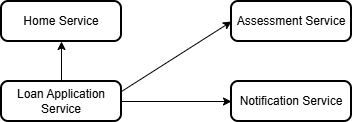
Earlier version of the draw.io export 02-architecture/02-logical-components.png (huynm20051990/loan-origination-system). Source tidied: cells renumbered, new cells last; positions are measured from the earlier drawing's top-left corner, leaving out a move shared by most shapes.
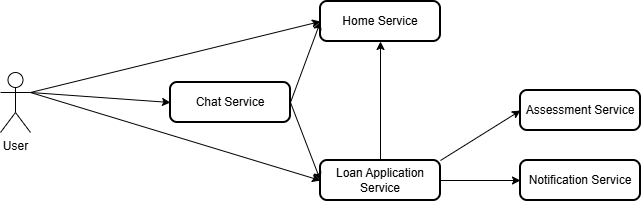
Later version of the same file.

Commit message:
Update logical components

What changed in the source:
```diff
@@ -3,21 +3,19 @@
     <mxCell id="0" />
     <mxCell id="1" parent="0" />
     <mxCell id="2" value="Home Service" style="rounded=1;whiteSpace=wrap;html=1;absoluteArcSize=1;arcSize=14;strokeWidth=2;" parent="1" vertex="1">
-      <mxGeometry width="120" height="40" as="geometry" />
+      <mxGeometry y="-51" width="120" height="40" as="geometry" />
     </mxCell>
     <mxCell id="3" value="Loan Application Service" style="rounded=1;whiteSpace=wrap;html=1;absoluteArcSize=1;arcSize=14;strokeWidth=2;" parent="1" vertex="1">
-      <mxGeometry y="80" width="120" height="40" as="geometry" />
+      <mxGeometry y="108" width="120" height="40" as="geometry" />
     </mxCell>
     <mxCell id="4" value="Assessment Service" style="rounded=1;whiteSpace=wrap;html=1;absoluteArcSize=1;arcSize=14;strokeWidth=2;" parent="1" vertex="1">
-      <mxGeometry x="230" width="120" height="40" as="geometry" />
+      <mxGeometry x="200" y="38" width="120" height="40" as="geometry" />
     </mxCell>
     <mxCell id="5" value="Notification Service" style="rounded=1;whiteSpace=wrap;html=1;absoluteArcSize=1;arcSize=14;strokeWidth=2;" parent="1" vertex="1">
-      <mxGeometry x="230" y="80" width="120" height="40" as="geometry" />
+      <mxGeometry x="200" y="108" width="120" height="40" as="geometry" />
     </mxCell>
-    <mxCell id="6" style="endArrow=classic;html=1;rounded=0;entryX=0;entryY=0.5;entryDx=0;entryDy=0;" parent="1" edge="1" target="4">
-      <mxGeometry relative="1" as="geometry">
-        <mxPoint x="120" y="90" as="sourcePoint" />
-      </mxGeometry>
+    <mxCell id="6" style="endArrow=classic;html=1;rounded=0;entryX=0;entryY=0.5;entryDx=0;entryDy=0;exitX=1;exitY=0;exitDx=0;exitDy=0;" parent="1" edge="1" source="3" target="4">
+      <mxGeometry relative="1" as="geometry" />
     </mxCell>
     <mxCell id="7" style="endArrow=classic;html=1;rounded=0;exitX=1;exitY=0.5;exitDx=0;exitDy=0;" parent="1" edge="1" source="3" target="5">
       <mxGeometry relative="1" as="geometry" />
@@ -25,5 +23,30 @@
     <mxCell id="8" style="endArrow=classic;html=1;rounded=0;entryX=0.5;entryY=1;entryDx=0;entryDy=0;exitX=0.5;exitY=0;exitDx=0;exitDy=0;" parent="1" edge="1" source="3" target="2">
       <mxGeometry relative="1" as="geometry" />
     </mxCell>
+    <mxCell id="9" value="Chat Service" style="rounded=1;whiteSpace=wrap;html=1;absoluteArcSize=1;arcSize=14;strokeWidth=2;" parent="1" vertex="1">
+      <mxGeometry x="-150" y="30" width="120" height="40" as="geometry" />
+    </mxCell>
+    <mxCell id="10" style="endArrow=classic;html=1;rounded=0;entryX=0;entryY=0.5;entryDx=0;entryDy=0;exitX=1;exitY=0.5;exitDx=0;exitDy=0;" parent="1" edge="1" source="9" target="2">
+      <mxGeometry relative="1" as="geometry" />
+    </mxCell>
+    <mxCell id="11" style="endArrow=classic;html=1;rounded=0;entryX=0;entryY=0.5;entryDx=0;entryDy=0;exitX=1;exitY=0.5;exitDx=0;exitDy=0;" parent="1" edge="1" source="9" target="3">
+      <mxGeometry relative="1" as="geometry" />
+    </mxCell>
+    <mxCell id="12" value="User" style="shape=umlActor;verticalLabelPosition=bottom;verticalAlign=top;html=1;outlineConnect=0;" parent="1" vertex="1">
+      <mxGeometry x="-320" y="20" width="30" height="60" as="geometry" />
+    </mxCell>
+    <mxCell id="13" style="endArrow=classic;html=1;rounded=0;entryX=0;entryY=0.5;entryDx=0;entryDy=0;exitX=1;exitY=0.3333333333333333;exitDx=0;exitDy=0;exitPerimeter=0;" parent="1" edge="1" source="12" target="2">
+      <mxGeometry relative="1" as="geometry" />
+    </mxCell>
+    <mxCell id="14" style="endArrow=classic;html=1;rounded=0;entryX=0;entryY=0.5;entryDx=0;entryDy=0;" parent="1" edge="1" target="9">
+      <mxGeometry relative="1" as="geometry">
+        <mxPoint x="-290" y="40" as="sourcePoint" />
+      </mxGeometry>
+    </mxCell>
+    <mxCell id="15" style="endArrow=classic;html=1;rounded=0;entryX=0;entryY=0.5;entryDx=0;entryDy=0;" parent="1" edge="1" target="3">
+      <mxGeometry relative="1" as="geometry">
+        <mxPoint x="-290" y="40" as="sourcePoint" />
+      </mxGeometry>
+    </mxCell>
   </root>
 </mxGraphModel>
```
